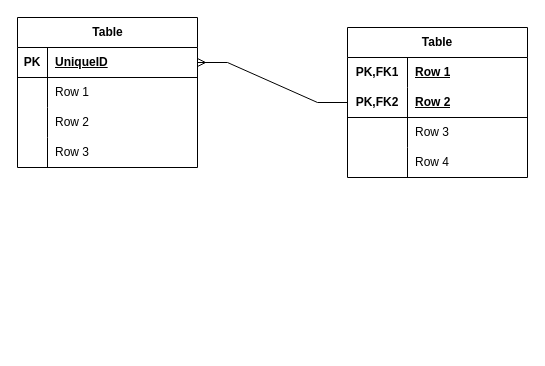
Above: Exercise2A_ERdiagram.drawio in BessH-YearUpUnited/W2_Exercises (draw.io), before the change. Source tidied: cells renumbered, new cells numbered last; positions are measured from the earlier drawing's top-left corner, leaving out a move shared by most shapes. Both pictures are drawn from the tidied source at 100%, with x=0, y=0 at pixel (17, 17).
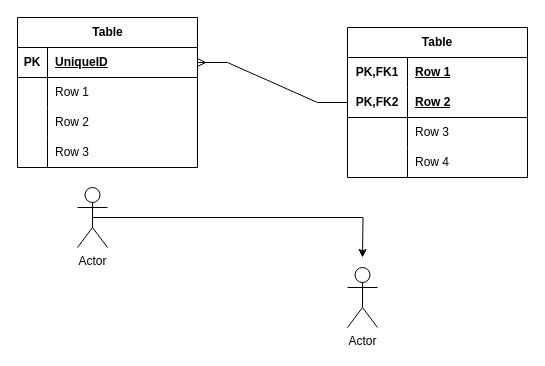
The same page after the edit.

The edit, as a diff of the source:
```diff
@@
+    <mxCell id="29" value="Actor" style="shape=umlActor;verticalLabelPosition=bottom;verticalAlign=top;html=1;outlineConnect=0;" parent="1" vertex="1">
+      <mxGeometry x="60" y="170" width="30" height="60" as="geometry" />
+    </mxCell>
+    <mxCell id="30" style="edgeStyle=orthogonalEdgeStyle;rounded=0;jettySize=auto;html=1;exitX=0.5;exitY=0.5;exitDx=0;exitDy=0;exitPerimeter=0;" parent="1" edge="1" source="29">
+      <mxGeometry relative="1" as="geometry">
+        <mxPoint x="345" y="240" as="targetPoint" />
+      </mxGeometry>
+    </mxCell>
+    <mxCell id="31" value="Actor" style="shape=umlActor;verticalLabelPosition=bottom;verticalAlign=top;html=1;" parent="1" vertex="1">
+      <mxGeometry x="330" y="250" width="30" height="60" as="geometry" />
+    </mxCell>
```
